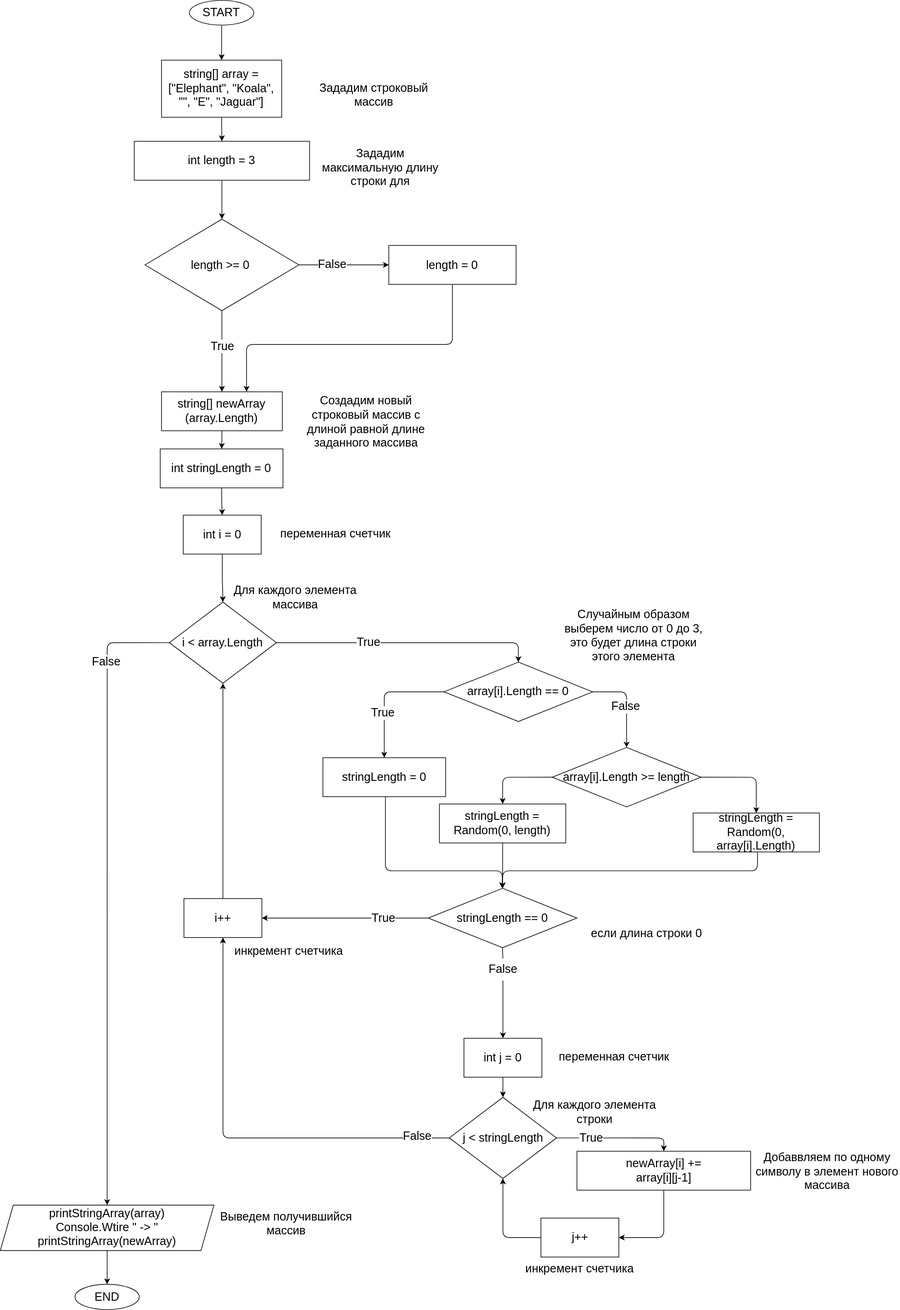
Before: task_diagram.drawio.svg, a diagram exported from draw.io (kraftonius/gb_quarter1). Source tidied: cells renumbered, new cells last; positions are measured from the earlier drawing's top-left corner, leaving out a move shared by most shapes.
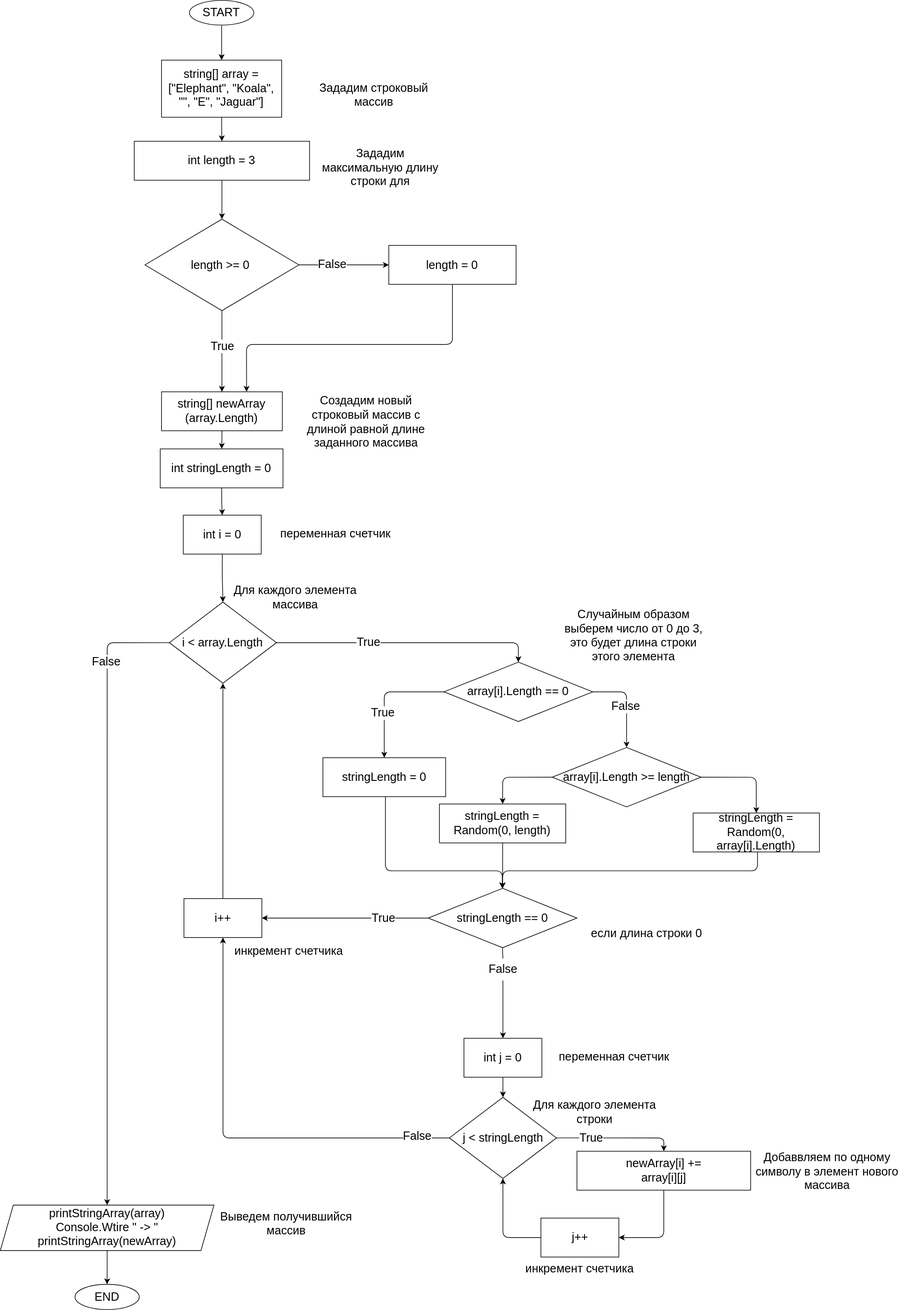
After the commit.

Commit message:
fix task_diagram

Change to the diagram source:
```diff
@@ -75,7 +75,7 @@
     <mxCell id="24" style="edgeStyle=orthogonalEdgeStyle;html=1;fontSize=18;entryX=1;entryY=0.5;entryDx=0;entryDy=0;" parent="1" edge="1" source="25" target="28">
       <mxGeometry relative="1" as="geometry" />
     </mxCell>
-    <mxCell id="25" value="newArray[i] +=&amp;nbsp;&lt;br&gt;&amp;nbsp;array[i][j-1]" style="whiteSpace=wrap;html=1;fontSize=18;" parent="1" vertex="1">
+    <mxCell id="25" value="newArray[i] +=&amp;nbsp;&lt;br&gt;&amp;nbsp;array[i][j]" style="whiteSpace=wrap;html=1;fontSize=18;" parent="1" vertex="1">
       <mxGeometry x="888" y="1773" width="267.5" height="60" as="geometry" />
     </mxCell>
     <mxCell id="26" style="edgeStyle=orthogonalEdgeStyle;html=1;fontSize=18;" parent="1" edge="1" source="27" target="4">
```
